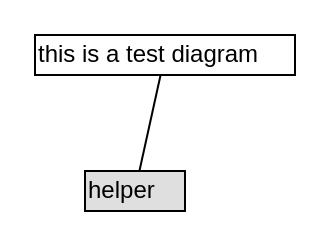
Before: page "Tab 1" (1 of 2) of data/test.drawio in JesseAldridge/drawio-plus, a draw.io diagram. Source tidied: cells renumbered, new cells numbered last; positions are measured from the earlier drawing's top-left corner, leaving out a move shared by most shapes. Both pictures are drawn from the tidied source at 200%, with x=0, y=0 at pixel (34, 34).
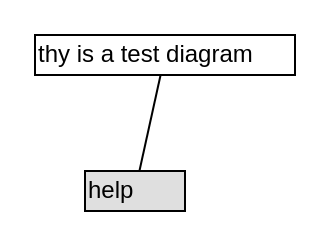
The same page after the edit.

Commit message (it also covers changes not shown here):
key by diagram id

The edit, as a diff of the source:
```diff
@@
 <mxGraphModel>
   <root>
     <mxCell id="0" />
     <mxCell id="1" parent="0" />
-    <mxCell id="2" value="this is a test diagram" style="text=;html=1;points=[];align=left;verticalAlign=top;spacingTop=-4;fillColor=#ffffff;" parent="1" vertex="1">
+    <mxCell id="2" value="thy is a test diagram" style="text=;html=1;points=[];align=left;verticalAlign=top;spacingTop=-4;fillColor=#ffffff;" parent="1" vertex="1">
       <mxGeometry width="130" height="20" as="geometry" />
     </mxCell>
-    <mxCell id="3" value="helper" style="text=;html=1;points=[];align=left;verticalAlign=top;spacingTop=-4;fillColor=#dfdfdf;" parent="1" vertex="1">
+    <mxCell id="3" value="help" style="text=;html=1;points=[];align=left;verticalAlign=top;spacingTop=-4;fillColor=#dfdfdf;" parent="1" vertex="1">
       <mxGeometry x="25" y="68" width="50" height="20" as="geometry" />
     </mxCell>
     <mxCell id="4" style="endArrow=none;html=1;fillColor=#ff0000;" parent="1" edge="1" source="3" target="2">
       <mxGeometry relative="1" as="geometry" />
     </mxCell>
   </root>
 </mxGraphModel>
```
